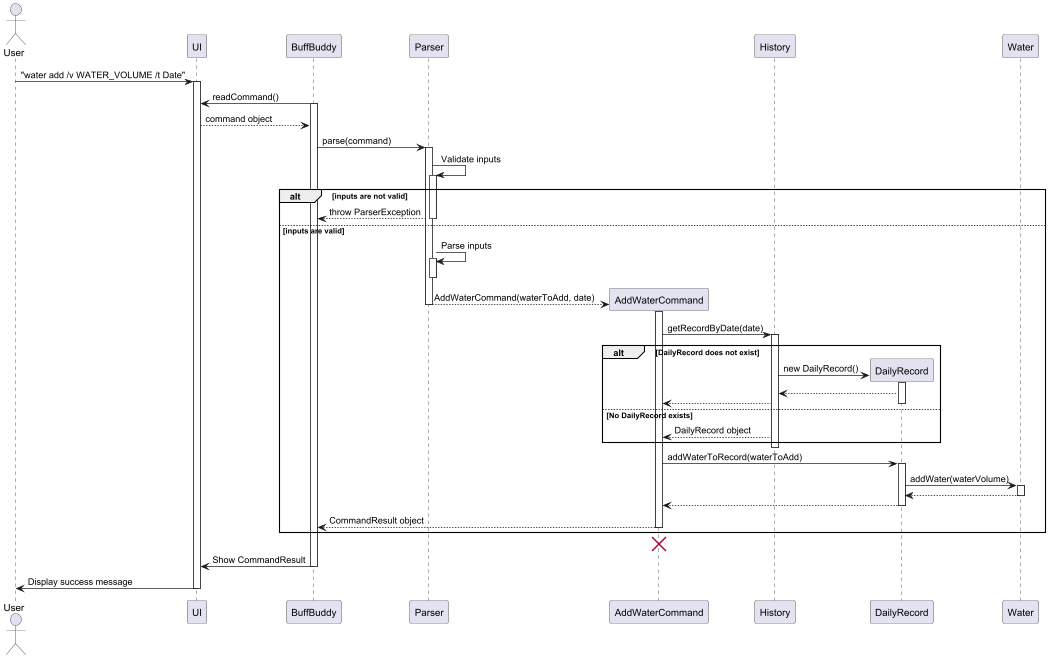
Earlier version of the PlantUML export docs/images/addWaterSequenceDiagram.png (nus-cs2113-AY2425S1/tp).
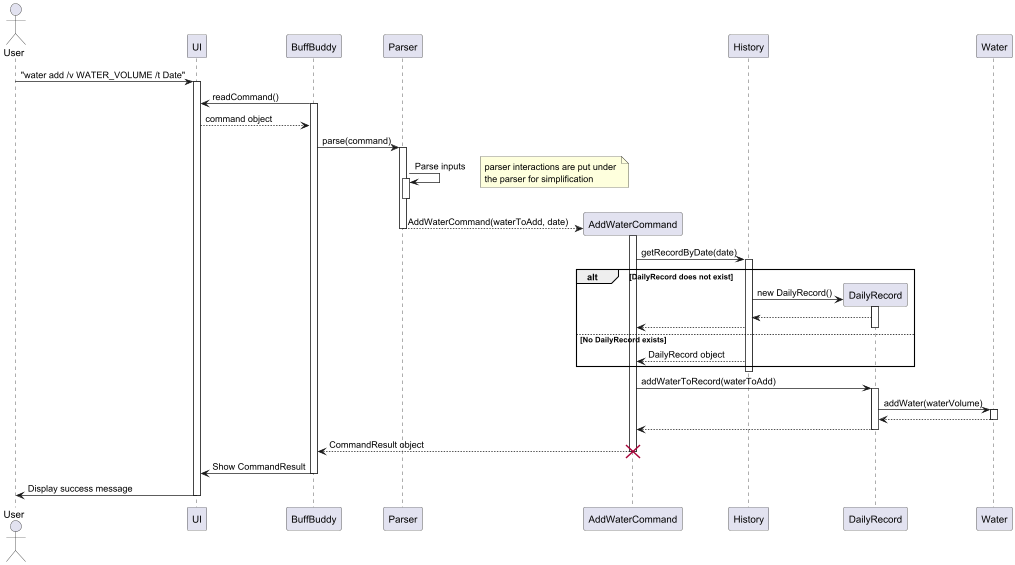
The same diagram one commit later.

The edit, as a diff of the source:
```diff
@@ -14,15 +14,11 @@
 UI --> BB: command object
 BB -> Parser: parse(command)
 activate Parser
-
-Parser -> Parser : Validate inputs
-activate Parser
-alt inputs are not valid
-    Parser --> BB : throw ParserException
-else inputs are valid
-deactivate Parser
-
 Parser -> Parser : Parse inputs
+note right
+parser interactions are put under
+the parser for simplification
+end note
 activate Parser
 deactivate Parser
 create AddCmd
@@ -61,7 +57,6 @@
 
 AddCmd --> BB: CommandResult object
 deactivate AddCmd
-end
 destroy AddCmd
 
 BB -> UI: Show CommandResult
```
